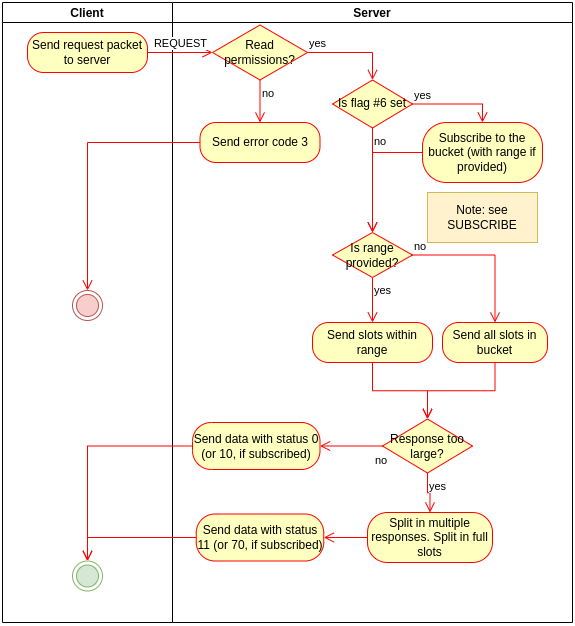
This is img/transport-request.drawio.png from plabble/plabble.github.io, a draw.io export, as it was before one commit. Source tidied: cells renumbered, new cells last; positions are measured from the earlier drawing's top-left corner, leaving out a move shared by most shapes. Its diagram source:
```xml
<mxGraphModel background="#ffffff">
  <root>
    <mxCell id="0" />
    <mxCell id="1" parent="0" />
    <mxCell id="2" value="Client" style="swimlane;startSize=20;" parent="1" vertex="1">
      <mxGeometry width="170" height="620" as="geometry" />
    </mxCell>
    <mxCell id="3" style="ellipse;html=1;shape=endState;fillColor=#d5e8d4;strokeColor=#82b366;" parent="2" vertex="1">
      <mxGeometry x="70" y="558.5" width="30" height="30" as="geometry" />
    </mxCell>
    <mxCell id="4" value="Send request packet to server" style="rounded=1;whiteSpace=wrap;html=1;arcSize=40;fontColor=#000000;fillColor=#ffffc0;strokeColor=#ff0000;" parent="2" vertex="1">
      <mxGeometry x="25" y="30" width="120" height="40" as="geometry" />
    </mxCell>
    <mxCell id="5" style="ellipse;html=1;shape=endState;fillColor=#f8cecc;strokeColor=#b85450;" parent="2" vertex="1">
      <mxGeometry x="70" y="288" width="30" height="30" as="geometry" />
    </mxCell>
    <mxCell id="6" value="Server" style="swimlane;startSize=20;" parent="1" vertex="1">
      <mxGeometry x="170" width="400" height="620" as="geometry" />
    </mxCell>
    <mxCell id="7" value="Read permissions?" style="rhombus;whiteSpace=wrap;html=1;fillColor=#ffffc0;strokeColor=#ff0000;" parent="6" vertex="1">
      <mxGeometry x="40" y="22.5" width="95" height="55" as="geometry" />
    </mxCell>
    <mxCell id="8" value="yes" style="edgeStyle=orthogonalEdgeStyle;html=1;align=left;verticalAlign=bottom;endArrow=open;endSize=8;strokeColor=#ff0000;rounded=0;entryX=0.5;entryY=0;entryDx=0;entryDy=0;" parent="6" edge="1" source="7" target="11">
      <mxGeometry x="-1" relative="1" as="geometry" />
    </mxCell>
    <mxCell id="9" value="no" style="edgeStyle=orthogonalEdgeStyle;html=1;align=left;verticalAlign=top;endArrow=open;endSize=8;strokeColor=#ff0000;rounded=0;entryX=0.5;entryY=0;entryDx=0;entryDy=0;" parent="6" edge="1" source="7" target="10">
      <mxGeometry x="-1" relative="1" as="geometry" />
    </mxCell>
    <mxCell id="10" value="Send error code 3" style="rounded=1;whiteSpace=wrap;html=1;arcSize=40;fontColor=#000000;fillColor=#ffffc0;strokeColor=#ff0000;" parent="6" vertex="1">
      <mxGeometry x="27.5" y="120" width="120" height="40" as="geometry" />
    </mxCell>
    <mxCell id="11" value="Is flag #6 set" style="rhombus;whiteSpace=wrap;html=1;fillColor=#ffffc0;strokeColor=#ff0000;" parent="6" vertex="1">
      <mxGeometry x="160" y="77.5" width="80" height="48" as="geometry" />
    </mxCell>
    <mxCell id="12" value="yes" style="edgeStyle=orthogonalEdgeStyle;html=1;align=left;verticalAlign=bottom;endArrow=open;endSize=8;strokeColor=#ff0000;rounded=0;entryX=0.5;entryY=0;entryDx=0;entryDy=0;" parent="6" edge="1" source="11" target="14">
      <mxGeometry x="-1" relative="1" as="geometry" />
    </mxCell>
    <mxCell id="13" value="no" style="edgeStyle=orthogonalEdgeStyle;html=1;align=left;verticalAlign=top;endArrow=open;endSize=8;strokeColor=#ff0000;rounded=0;entryX=0.5;entryY=0;entryDx=0;entryDy=0;" parent="6" edge="1" source="11" target="16">
      <mxGeometry x="-1" relative="1" as="geometry" />
    </mxCell>
    <mxCell id="14" value="Subscribe to the bucket (with range if provided)" style="rounded=1;whiteSpace=wrap;html=1;arcSize=40;fontColor=#000000;fillColor=#ffffc0;strokeColor=#ff0000;" parent="6" vertex="1">
      <mxGeometry x="250" y="120" width="120" height="60" as="geometry" />
    </mxCell>
    <mxCell id="15" style="edgeStyle=orthogonalEdgeStyle;html=1;verticalAlign=bottom;endArrow=open;endSize=8;strokeColor=#ff0000;rounded=0;entryX=0.5;entryY=0;entryDx=0;entryDy=0;" parent="6" edge="1" source="14" target="16">
      <mxGeometry relative="1" as="geometry" />
    </mxCell>
    <mxCell id="16" value="Is range provided?" style="rhombus;whiteSpace=wrap;html=1;fillColor=#ffffc0;strokeColor=#ff0000;" parent="6" vertex="1">
      <mxGeometry x="160" y="230" width="80" height="45" as="geometry" />
    </mxCell>
    <mxCell id="17" value="no" style="edgeStyle=orthogonalEdgeStyle;html=1;align=left;verticalAlign=bottom;endArrow=open;endSize=8;strokeColor=#ff0000;rounded=0;entryX=0.5;entryY=0;entryDx=0;entryDy=0;" parent="6" edge="1" source="16" target="20">
      <mxGeometry x="-1" relative="1" as="geometry" />
    </mxCell>
    <mxCell id="18" value="yes" style="edgeStyle=orthogonalEdgeStyle;html=1;align=left;verticalAlign=top;endArrow=open;endSize=8;strokeColor=#ff0000;rounded=0;entryX=0.5;entryY=0;entryDx=0;entryDy=0;" parent="6" edge="1" source="16" target="22">
      <mxGeometry x="-1" relative="1" as="geometry" />
    </mxCell>
    <mxCell id="19" value="Note: see SUBSCRIBE" style="rounded=0;whiteSpace=wrap;html=1;fillColor=#fff2cc;strokeColor=#d6b656;" parent="6" vertex="1">
      <mxGeometry x="255" y="190" width="110" height="50" as="geometry" />
    </mxCell>
    <mxCell id="20" value="Send all slots in bucket" style="rounded=1;whiteSpace=wrap;html=1;arcSize=40;fontColor=#000000;fillColor=#ffffc0;strokeColor=#ff0000;" parent="6" vertex="1">
      <mxGeometry x="270" y="320" width="105" height="40" as="geometry" />
    </mxCell>
    <mxCell id="21" style="edgeStyle=orthogonalEdgeStyle;html=1;verticalAlign=bottom;endArrow=open;endSize=8;strokeColor=#ff0000;rounded=0;entryX=0.5;entryY=0;entryDx=0;entryDy=0;" parent="6" edge="1" source="20" target="24">
      <mxGeometry relative="1" as="geometry" />
    </mxCell>
    <mxCell id="22" value="Send slots within range" style="rounded=1;whiteSpace=wrap;html=1;arcSize=40;fontColor=#000000;fillColor=#ffffc0;strokeColor=#ff0000;" parent="6" vertex="1">
      <mxGeometry x="140" y="320" width="120" height="40" as="geometry" />
    </mxCell>
    <mxCell id="23" style="edgeStyle=orthogonalEdgeStyle;html=1;verticalAlign=bottom;endArrow=open;endSize=8;strokeColor=#ff0000;rounded=0;entryX=0.5;entryY=0;entryDx=0;entryDy=0;" parent="6" edge="1" source="22" target="24">
      <mxGeometry relative="1" as="geometry" />
    </mxCell>
    <mxCell id="24" value="Response too large?" style="rhombus;whiteSpace=wrap;html=1;fillColor=#ffffc0;strokeColor=#ff0000;" parent="6" vertex="1">
      <mxGeometry x="210" y="416.5" width="90" height="54" as="geometry" />
    </mxCell>
    <mxCell id="25" value="no" style="edgeStyle=orthogonalEdgeStyle;html=1;align=left;verticalAlign=bottom;endArrow=open;endSize=8;strokeColor=#ff0000;rounded=0;entryX=1;entryY=0.5;entryDx=0;entryDy=0;" parent="6" edge="1" source="24" target="27">
      <mxGeometry x="-0.71" y="23" relative="1" as="geometry" />
    </mxCell>
    <mxCell id="26" value="yes" style="edgeStyle=orthogonalEdgeStyle;html=1;align=left;verticalAlign=top;endArrow=open;endSize=8;strokeColor=#ff0000;rounded=0;entryX=0.5;entryY=0;entryDx=0;entryDy=0;" parent="6" edge="1" source="24" target="28">
      <mxGeometry x="-1" relative="1" as="geometry" />
    </mxCell>
    <mxCell id="27" value="Send data with status 0 (or 10, if subscribed)" style="rounded=1;whiteSpace=wrap;html=1;arcSize=40;fontColor=#000000;fillColor=#ffffc0;strokeColor=#ff0000;" parent="6" vertex="1">
      <mxGeometry x="20" y="420" width="127.5" height="47" as="geometry" />
    </mxCell>
    <mxCell id="28" value="Split in multiple responses. Split in full slots" style="rounded=1;whiteSpace=wrap;html=1;arcSize=40;fontColor=#000000;fillColor=#ffffc0;strokeColor=#ff0000;" parent="6" vertex="1">
      <mxGeometry x="195" y="510" width="125" height="50" as="geometry" />
    </mxCell>
    <mxCell id="29" style="edgeStyle=orthogonalEdgeStyle;html=1;verticalAlign=bottom;endArrow=open;endSize=8;strokeColor=#ff0000;rounded=0;entryX=1;entryY=0.5;entryDx=0;entryDy=0;" parent="6" edge="1" source="28" target="30">
      <mxGeometry relative="1" as="geometry" />
    </mxCell>
    <mxCell id="30" value="Send data with status 11 (or 70, if subscribed)" style="rounded=1;whiteSpace=wrap;html=1;arcSize=40;fontColor=#000000;fillColor=#ffffc0;strokeColor=#ff0000;" parent="6" vertex="1">
      <mxGeometry x="23.8" y="511.5" width="127.5" height="47" as="geometry" />
    </mxCell>
    <mxCell id="31" value="REQUEST" style="edgeStyle=orthogonalEdgeStyle;html=1;verticalAlign=bottom;endArrow=open;endSize=8;strokeColor=#ff0000;rounded=0;entryX=0;entryY=0.5;entryDx=0;entryDy=0;" parent="1" edge="1" source="4" target="7">
      <mxGeometry relative="1" as="geometry" />
    </mxCell>
    <mxCell id="32" style="edgeStyle=orthogonalEdgeStyle;html=1;verticalAlign=bottom;endArrow=open;endSize=8;strokeColor=#ff0000;rounded=0;entryX=0.5;entryY=0;entryDx=0;entryDy=0;" parent="1" edge="1" source="27" target="3">
      <mxGeometry relative="1" as="geometry" />
    </mxCell>
    <mxCell id="33" style="edgeStyle=orthogonalEdgeStyle;html=1;verticalAlign=bottom;endArrow=open;endSize=8;strokeColor=#ff0000;rounded=0;entryX=0.5;entryY=0;entryDx=0;entryDy=0;exitX=0;exitY=0.5;exitDx=0;exitDy=0;" parent="1" edge="1" source="30" target="3">
      <mxGeometry relative="1" as="geometry" />
    </mxCell>
    <mxCell id="34" style="edgeStyle=orthogonalEdgeStyle;html=1;verticalAlign=bottom;endArrow=open;endSize=8;strokeColor=#ff0000;rounded=0;entryX=0.5;entryY=0;entryDx=0;entryDy=0;" parent="1" edge="1" source="10" target="5">
      <mxGeometry relative="1" as="geometry" />
    </mxCell>
  </root>
</mxGraphModel>
```
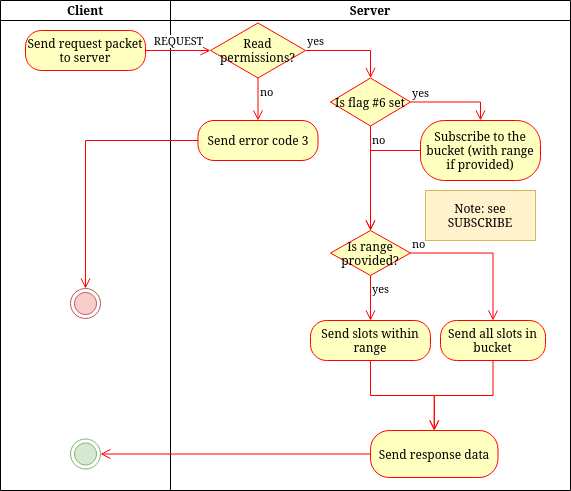
Above is the later version.

Diff of the diagram source:
```diff
@@ -3,10 +3,10 @@
     <mxCell id="0" />
     <mxCell id="1" parent="0" />
     <mxCell id="2" value="Client" style="swimlane;startSize=20;" parent="1" vertex="1">
-      <mxGeometry width="170" height="620" as="geometry" />
+      <mxGeometry width="170" height="490" as="geometry" />
     </mxCell>
     <mxCell id="3" style="ellipse;html=1;shape=endState;fillColor=#d5e8d4;strokeColor=#82b366;" parent="2" vertex="1">
-      <mxGeometry x="70" y="558.5" width="30" height="30" as="geometry" />
+      <mxGeometry x="70" y="438.5" width="30" height="30" as="geometry" />
     </mxCell>
     <mxCell id="4" value="Send request packet to server" style="rounded=1;whiteSpace=wrap;html=1;arcSize=40;fontColor=#000000;fillColor=#ffffc0;strokeColor=#ff0000;" parent="2" vertex="1">
       <mxGeometry x="25" y="30" width="120" height="40" as="geometry" />
@@ -15,7 +15,7 @@
       <mxGeometry x="70" y="288" width="30" height="30" as="geometry" />
     </mxCell>
     <mxCell id="6" value="Server" style="swimlane;startSize=20;" parent="1" vertex="1">
-      <mxGeometry x="170" width="400" height="620" as="geometry" />
+      <mxGeometry x="170" width="400" height="490" as="geometry" />
     </mxCell>
     <mxCell id="7" value="Read permissions?" style="rhombus;whiteSpace=wrap;html=1;fillColor=#ffffc0;strokeColor=#ff0000;" parent="6" vertex="1">
       <mxGeometry x="40" y="22.5" width="95" height="55" as="geometry" />
@@ -59,45 +59,24 @@
     <mxCell id="20" value="Send all slots in bucket" style="rounded=1;whiteSpace=wrap;html=1;arcSize=40;fontColor=#000000;fillColor=#ffffc0;strokeColor=#ff0000;" parent="6" vertex="1">
       <mxGeometry x="270" y="320" width="105" height="40" as="geometry" />
     </mxCell>
-    <mxCell id="21" style="edgeStyle=orthogonalEdgeStyle;html=1;verticalAlign=bottom;endArrow=open;endSize=8;strokeColor=#ff0000;rounded=0;entryX=0.5;entryY=0;entryDx=0;entryDy=0;" parent="6" edge="1" source="20" target="24">
+    <mxCell id="21" style="edgeStyle=orthogonalEdgeStyle;html=1;verticalAlign=bottom;endArrow=open;endSize=8;strokeColor=#ff0000;rounded=0;entryX=0.5;entryY=0;entryDx=0;entryDy=0;" parent="6" edge="1" source="20" target="27">
       <mxGeometry relative="1" as="geometry" />
     </mxCell>
     <mxCell id="22" value="Send slots within range" style="rounded=1;whiteSpace=wrap;html=1;arcSize=40;fontColor=#000000;fillColor=#ffffc0;strokeColor=#ff0000;" parent="6" vertex="1">
       <mxGeometry x="140" y="320" width="120" height="40" as="geometry" />
     </mxCell>
-    <mxCell id="23" style="edgeStyle=orthogonalEdgeStyle;html=1;verticalAlign=bottom;endArrow=open;endSize=8;strokeColor=#ff0000;rounded=0;entryX=0.5;entryY=0;entryDx=0;entryDy=0;" parent="6" edge="1" source="22" target="24">
+    <mxCell id="23" style="edgeStyle=orthogonalEdgeStyle;html=1;verticalAlign=bottom;endArrow=open;endSize=8;strokeColor=#ff0000;rounded=0;entryX=0.5;entryY=0;entryDx=0;entryDy=0;" parent="6" edge="1" source="22" target="27">
       <mxGeometry relative="1" as="geometry" />
     </mxCell>
-    <mxCell id="24" value="Response too large?" style="rhombus;whiteSpace=wrap;html=1;fillColor=#ffffc0;strokeColor=#ff0000;" parent="6" vertex="1">
-      <mxGeometry x="210" y="416.5" width="90" height="54" as="geometry" />
-    </mxCell>
-    <mxCell id="25" value="no" style="edgeStyle=orthogonalEdgeStyle;html=1;align=left;verticalAlign=bottom;endArrow=open;endSize=8;strokeColor=#ff0000;rounded=0;entryX=1;entryY=0.5;entryDx=0;entryDy=0;" parent="6" edge="1" source="24" target="27">
-      <mxGeometry x="-0.71" y="23" relative="1" as="geometry" />
-    </mxCell>
-    <mxCell id="26" value="yes" style="edgeStyle=orthogonalEdgeStyle;html=1;align=left;verticalAlign=top;endArrow=open;endSize=8;strokeColor=#ff0000;rounded=0;entryX=0.5;entryY=0;entryDx=0;entryDy=0;" parent="6" edge="1" source="24" target="28">
-      <mxGeometry x="-1" relative="1" as="geometry" />
-    </mxCell>
-    <mxCell id="27" value="Send data with status 0 (or 10, if subscribed)" style="rounded=1;whiteSpace=wrap;html=1;arcSize=40;fontColor=#000000;fillColor=#ffffc0;strokeColor=#ff0000;" parent="6" vertex="1">
-      <mxGeometry x="20" y="420" width="127.5" height="47" as="geometry" />
+    <mxCell id="27" value="Send response data" style="rounded=1;whiteSpace=wrap;html=1;arcSize=40;fontColor=#000000;fillColor=#ffffc0;strokeColor=#ff0000;" parent="6" vertex="1">
+      <mxGeometry x="200" y="430" width="127.5" height="47" as="geometry" />
     </mxCell>
-    <mxCell id="28" value="Split in multiple responses. Split in full slots" style="rounded=1;whiteSpace=wrap;html=1;arcSize=40;fontColor=#000000;fillColor=#ffffc0;strokeColor=#ff0000;" parent="6" vertex="1">
-      <mxGeometry x="195" y="510" width="125" height="50" as="geometry" />
-    </mxCell>
-    <mxCell id="29" style="edgeStyle=orthogonalEdgeStyle;html=1;verticalAlign=bottom;endArrow=open;endSize=8;strokeColor=#ff0000;rounded=0;entryX=1;entryY=0.5;entryDx=0;entryDy=0;" parent="6" edge="1" source="28" target="30">
-      <mxGeometry relative="1" as="geometry" />
-    </mxCell>
-    <mxCell id="30" value="Send data with status 11 (or 70, if subscribed)" style="rounded=1;whiteSpace=wrap;html=1;arcSize=40;fontColor=#000000;fillColor=#ffffc0;strokeColor=#ff0000;" parent="6" vertex="1">
-      <mxGeometry x="23.8" y="511.5" width="127.5" height="47" as="geometry" />
-    </mxCell>
     <mxCell id="31" value="REQUEST" style="edgeStyle=orthogonalEdgeStyle;html=1;verticalAlign=bottom;endArrow=open;endSize=8;strokeColor=#ff0000;rounded=0;entryX=0;entryY=0.5;entryDx=0;entryDy=0;" parent="1" edge="1" source="4" target="7">
       <mxGeometry relative="1" as="geometry" />
     </mxCell>
-    <mxCell id="32" style="edgeStyle=orthogonalEdgeStyle;html=1;verticalAlign=bottom;endArrow=open;endSize=8;strokeColor=#ff0000;rounded=0;entryX=0.5;entryY=0;entryDx=0;entryDy=0;" parent="1" edge="1" source="27" target="3">
+    <mxCell id="32" style="edgeStyle=orthogonalEdgeStyle;html=1;verticalAlign=bottom;endArrow=open;endSize=8;strokeColor=#ff0000;rounded=0;entryX=1;entryY=0.5;entryDx=0;entryDy=0;" parent="1" edge="1" source="27" target="3">
       <mxGeometry relative="1" as="geometry" />
     </mxCell>
-    <mxCell id="33" style="edgeStyle=orthogonalEdgeStyle;html=1;verticalAlign=bottom;endArrow=open;endSize=8;strokeColor=#ff0000;rounded=0;entryX=0.5;entryY=0;entryDx=0;entryDy=0;exitX=0;exitY=0.5;exitDx=0;exitDy=0;" parent="1" edge="1" source="30" target="3">
-      <mxGeometry relative="1" as="geometry" />
-    </mxCell>
     <mxCell id="34" style="edgeStyle=orthogonalEdgeStyle;html=1;verticalAlign=bottom;endArrow=open;endSize=8;strokeColor=#ff0000;rounded=0;entryX=0.5;entryY=0;entryDx=0;entryDy=0;" parent="1" edge="1" source="10" target="5">
       <mxGeometry relative="1" as="geometry" />
     </mxCell>
```
